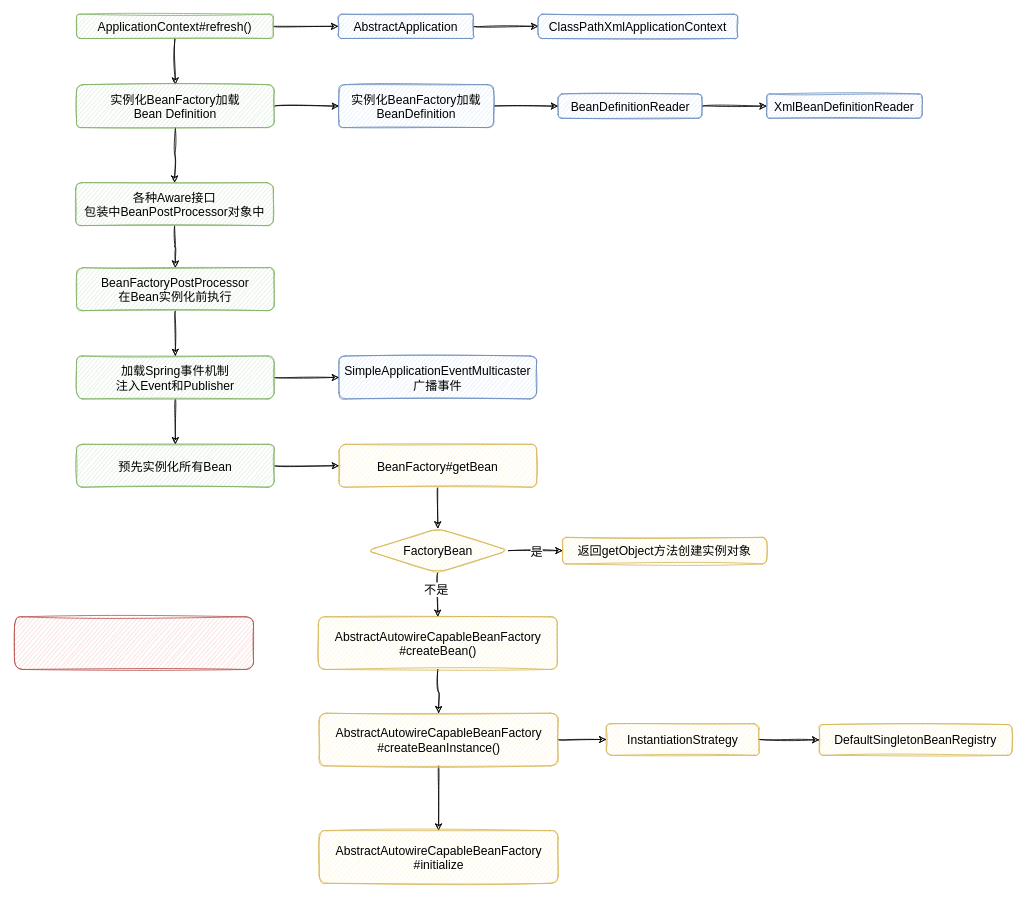
This is docs/ioc/imgs/ioc.drawio from TyCoding/mini-spring, a draw.io file, before an edit. Source tidied: cells renumbered, new cells numbered last; positions are measured from the earlier drawing's top-left corner, leaving out a move shared by most shapes. Both pictures are drawn from the tidied source at 81%, with x=0, y=0 at pixel (15, 14).
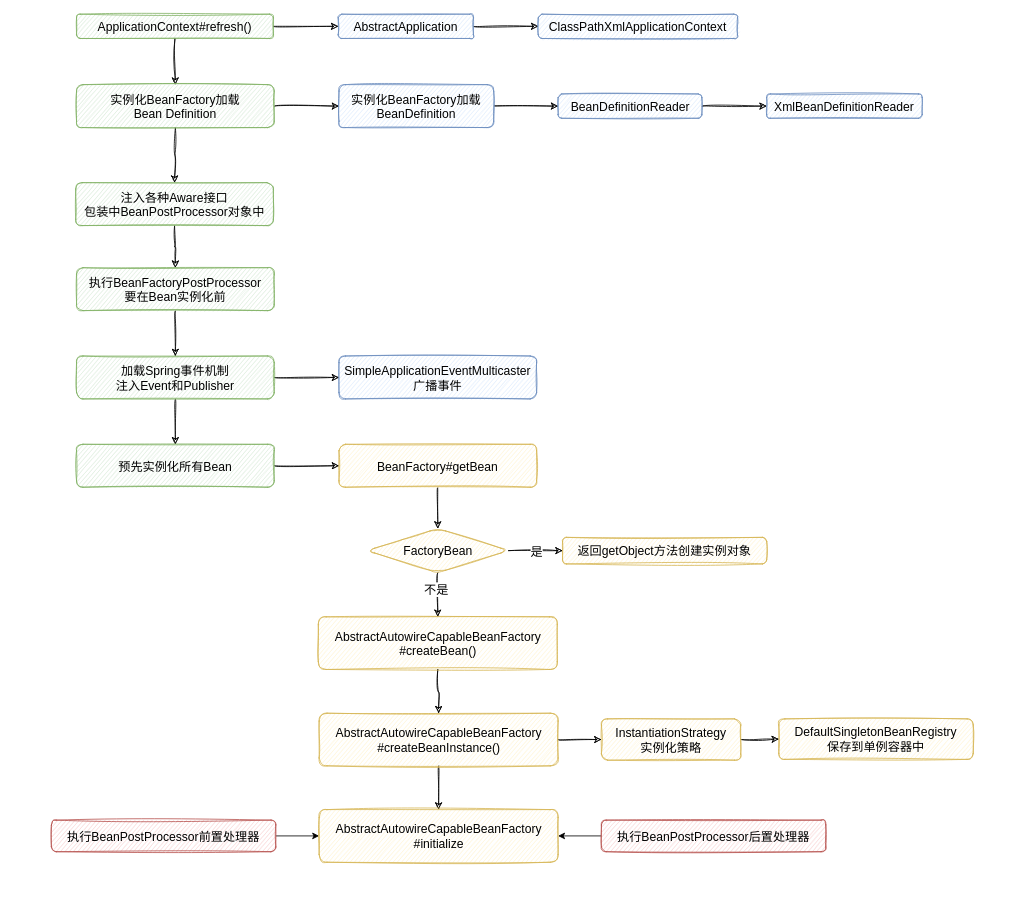
The same page after the edit.

Diff of the diagram source:
```diff
@@
-    <mxCell id="17" value="&lt;span style=&quot;font-size: 15px;&quot;&gt;各种Aware接口&lt;br&gt;包装中BeanPostProcessor对象中&lt;br&gt;&lt;/span&gt;" style="whiteSpace=wrap;html=1;fillColor=#d5e8d4;strokeColor=#82b366;sketch=1;rounded=1;" parent="1" vertex="1">
+    <mxCell id="17" value="&lt;span style=&quot;font-size: 15px;&quot;&gt;注入各种Aware接口&lt;br&gt;包装中BeanPostProcessor对象中&lt;br&gt;&lt;/span&gt;" style="whiteSpace=wrap;html=1;fillColor=#d5e8d4;strokeColor=#82b366;sketch=1;rounded=1;" parent="1" vertex="1">
       <mxGeometry x="75" y="208" width="244" height="53" as="geometry" />
     </mxCell>
@@
-    <mxCell id="19" value="&lt;span style=&quot;font-size: 15px;&quot;&gt;BeanFactoryPostProcessor&lt;br&gt;在Bean实例化前执行&lt;br&gt;&lt;/span&gt;" style="whiteSpace=wrap;html=1;fillColor=#d5e8d4;strokeColor=#82b366;sketch=1;rounded=1;" parent="1" vertex="1">
+    <mxCell id="19" value="&lt;span style=&quot;font-size: 15px;&quot;&gt;执行BeanFactoryPostProcessor&lt;br&gt;要在Bean实例化前&lt;br&gt;&lt;/span&gt;" style="whiteSpace=wrap;html=1;fillColor=#d5e8d4;strokeColor=#82b366;sketch=1;rounded=1;" parent="1" vertex="1">
       <mxGeometry x="76" y="313" width="244" height="53" as="geometry" />
     </mxCell>
@@
+    <mxCell id="44" style="edgeStyle=orthogonalEdgeStyle;rounded=0;jettySize=auto;html=1;exitX=1;exitY=0.5;exitDx=0;exitDy=0;fontSize=15;" parent="1" edge="1" source="36" target="43">
+      <mxGeometry relative="1" as="geometry" />
+    </mxCell>
-    <mxCell id="36" style="whiteSpace=wrap;html=1;fillColor=#f8cecc;strokeColor=#b85450;sketch=1;rounded=1;" parent="1" vertex="1">
-      <mxGeometry x="-0.5" y="744" width="295" height="65" as="geometry" />
+    <mxCell id="36" value="&lt;font style=&quot;font-size: 15px;&quot;&gt;执行BeanPostProcessor前置处理器&lt;/font&gt;" style="whiteSpace=wrap;html=1;fillColor=#f8cecc;strokeColor=#b85450;sketch=1;rounded=1;" parent="1" vertex="1">
+      <mxGeometry x="45" y="995" width="277" height="39" as="geometry" />
     </mxCell>
@@
-    <mxCell id="38" value="&lt;span style=&quot;font-size: 15px;&quot;&gt;InstantiationStrategy&lt;/span&gt;" style="whiteSpace=wrap;html=1;fillColor=#fff2cc;strokeColor=#d6b656;sketch=1;rounded=1;" parent="1" vertex="1">
-      <mxGeometry x="730" y="876" width="188.5" height="39" as="geometry" />
+    <mxCell id="38" value="&lt;span style=&quot;font-size: 15px;&quot;&gt;InstantiationStrategy&lt;br&gt;实例化策略&lt;br&gt;&lt;/span&gt;" style="whiteSpace=wrap;html=1;fillColor=#fff2cc;strokeColor=#d6b656;sketch=1;rounded=1;" parent="1" vertex="1">
+      <mxGeometry x="724" y="870" width="172" height="51" as="geometry" />
     </mxCell>
-    <mxCell id="39" value="&lt;span style=&quot;font-size: 15px;&quot;&gt;DefaultSingletonBeanRegistry&lt;/span&gt;" style="whiteSpace=wrap;html=1;fillColor=#fff2cc;strokeColor=#d6b656;sketch=1;rounded=1;" parent="1" vertex="1">
-      <mxGeometry x="993" y="877" width="238" height="38" as="geometry" />
+    <mxCell id="39" value="&lt;span style=&quot;font-size: 15px;&quot;&gt;DefaultSingletonBeanRegistry&lt;br&gt;保存到单例容器中&lt;br&gt;&lt;/span&gt;" style="whiteSpace=wrap;html=1;fillColor=#fff2cc;strokeColor=#d6b656;sketch=1;rounded=1;" parent="1" vertex="1">
+      <mxGeometry x="943" y="870" width="240" height="50" as="geometry" />
     </mxCell>
@@
     <mxCell id="43" value="&lt;font style=&quot;font-size: 15px;&quot;&gt;AbstractAutowireCapableBeanFactory&lt;br&gt;#initialize&lt;/font&gt;" style="whiteSpace=wrap;html=1;fillColor=#fff2cc;strokeColor=#d6b656;sketch=1;rounded=1;" parent="1" vertex="1">
-      <mxGeometry x="375.5" y="1008" width="295" height="65" as="geometry" />
+      <mxGeometry x="375.5" y="982" width="295" height="65" as="geometry" />
     </mxCell>
+    <mxCell id="45" style="edgeStyle=orthogonalEdgeStyle;rounded=0;jettySize=auto;html=1;exitX=0;exitY=0.5;exitDx=0;exitDy=0;entryX=1;entryY=0.5;entryDx=0;entryDy=0;fontSize=15;" parent="1" edge="1" source="46" target="43">
+      <mxGeometry relative="1" as="geometry" />
+    </mxCell>
+    <mxCell id="46" value="&lt;font style=&quot;font-size: 15px;&quot;&gt;执行BeanPostProcessor后置处理器&lt;/font&gt;" style="whiteSpace=wrap;html=1;fillColor=#f8cecc;strokeColor=#b85450;sketch=1;rounded=1;" parent="1" vertex="1">
+      <mxGeometry x="724" y="995" width="277" height="39" as="geometry" />
+    </mxCell>
```
